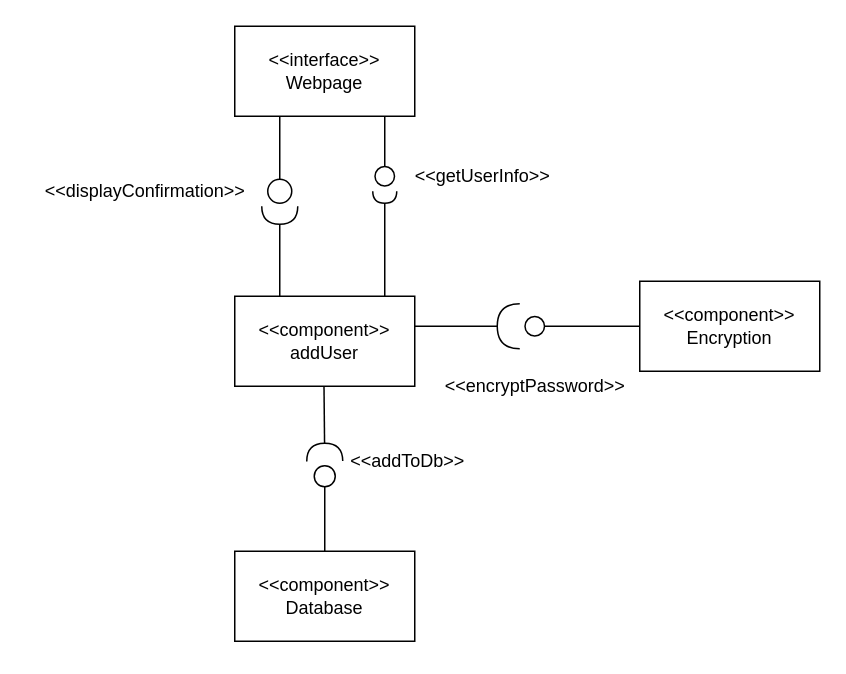
Above: page "AddUser" (1 of 8) of DesignDocument1.drawio in ImBrent/ClassWork (draw.io), before the change. Source tidied: cells renumbered, new cells numbered last; positions are measured from the earlier drawing's top-left corner, leaving out a move shared by most shapes. Both pictures are drawn from the tidied source at 150%, with x=0, y=0 at pixel (26, 26).
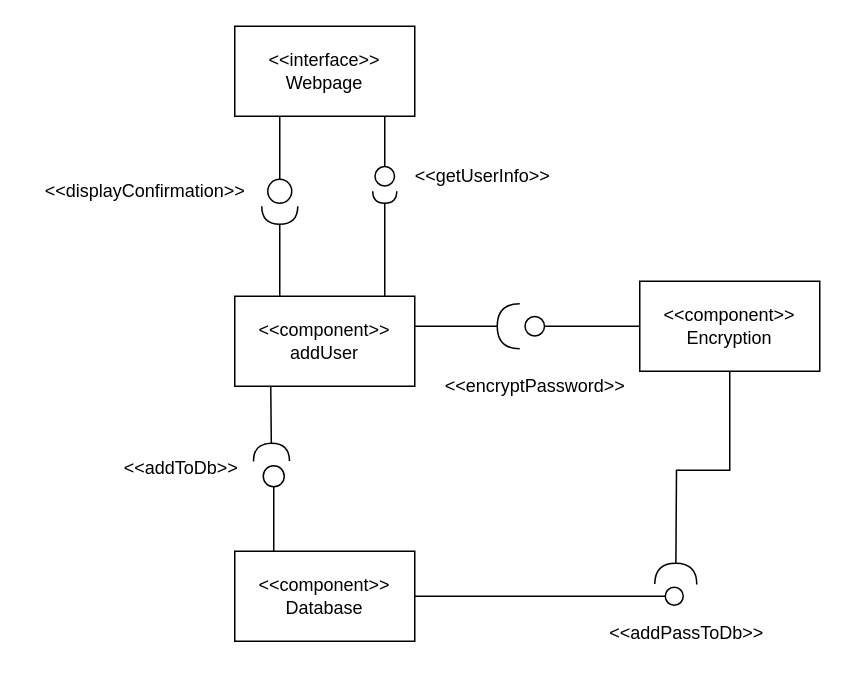
The same diagram, later.

Unchanged cells that the change refers to:
```xml
<mxCell id="3" value="&lt;div&gt;&amp;lt;&amp;lt;component&amp;gt;&amp;gt;&lt;/div&gt;&lt;div&gt;Database&lt;/div&gt;" style="rounded=0;whiteSpace=wrap;html=1;" parent="1" vertex="1">
  <mxGeometry x="139" y="350" width="120" height="60" as="geometry" />
</mxCell>
<mxCell id="16" value="&lt;div&gt;&amp;lt;&amp;lt;component&amp;gt;&amp;gt;&lt;/div&gt;&lt;div&gt;Encryption&lt;br&gt;&lt;/div&gt;" style="rounded=0;whiteSpace=wrap;html=1;" parent="1" vertex="1">
  <mxGeometry x="409" y="170" width="120" height="60" as="geometry" />
</mxCell>
```

Change to the diagram source:
```diff
@@
+    <mxCell id="18" style="edgeStyle=orthogonalEdgeStyle;rounded=0;jettySize=auto;html=1;exitX=1;exitY=0.5;exitDx=0;exitDy=0;endArrow=oval;endFill=0;endSize=12;strokeWidth=1;" parent="1" edge="1" source="3">
+      <mxGeometry relative="1" as="geometry">
+        <mxPoint x="432" y="380" as="targetPoint" />
+      </mxGeometry>
+    </mxCell>
@@
     <mxCell id="10" style="endArrow=none;html=1;startArrow=halfCircle;startFill=0;startSize=10;" parent="1" edge="1">
       <mxGeometry relative="1" as="geometry">
-        <mxPoint x="199" y="290" as="sourcePoint" />
-        <mxPoint x="198.5" y="240" as="targetPoint" />
+        <mxPoint x="163.5" y="290" as="sourcePoint" />
+        <mxPoint x="163" y="240" as="targetPoint" />
       </mxGeometry>
     </mxCell>
     <mxCell id="11" style="endArrow=oval;html=1;startArrow=none;startFill=0;endFill=0;endSize=14;" parent="1" edge="1">
       <mxGeometry relative="1" as="geometry">
-        <mxPoint x="199" y="350" as="sourcePoint" />
-        <mxPoint x="199" y="300" as="targetPoint" />
+        <mxPoint x="165" y="350" as="sourcePoint" />
+        <mxPoint x="165" y="300" as="targetPoint" />
       </mxGeometry>
     </mxCell>
     <mxCell id="12" value="&amp;lt;&amp;lt;addToDb&amp;gt;&amp;gt;" style="text;html=1;align=center;verticalAlign=middle;" parent="1" vertex="1">
-      <mxGeometry x="209" y="280" width="90" height="20" as="geometry" />
+      <mxGeometry x="58" y="285" width="90" height="20" as="geometry" />
     </mxCell>
@@
+    <mxCell id="19" style="edgeStyle=orthogonalEdgeStyle;rounded=0;jettySize=auto;html=1;exitX=0.5;exitY=1;exitDx=0;exitDy=0;endArrow=halfCircle;endFill=0;endSize=12;strokeWidth=1;" parent="1" edge="1" source="16">
+      <mxGeometry relative="1" as="geometry">
+        <mxPoint x="433" y="372" as="targetPoint" />
+      </mxGeometry>
+    </mxCell>
@@
+    <mxCell id="20" value="&amp;lt;&amp;lt;addPassToDb&amp;gt;&amp;gt;" style="text;html=1;align=center;verticalAlign=middle;" parent="1" vertex="1">
+      <mxGeometry x="381" y="396" width="117" height="18" as="geometry" />
+    </mxCell>
```
